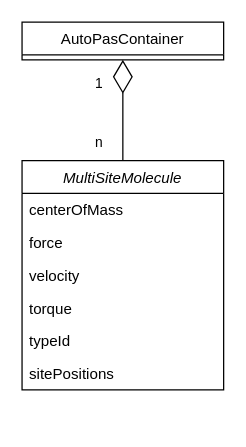
This is moleculeApproach.drawio from penguincarol/rattle, a draw.io file, before an edit. Source tidied: cells renumbered, new cells numbered last; positions are measured from the earlier drawing's top-left corner, leaving out a move shared by most shapes. Both pictures are drawn from the tidied source at 126%, with x=0, y=0 at pixel (21, 21).
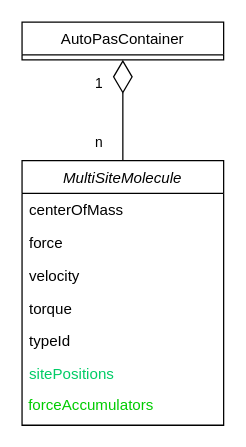
Above is the later version.

The edit, as a diff of the source:
```diff
@@
 <mxGraphModel>
   <root>
     <mxCell id="0" />
     <mxCell id="1" parent="0" />
     <mxCell id="2" value="MultiSiteMolecule" style="swimlane;fontStyle=2;align=center;verticalAlign=top;horizontal=1;startSize=26;rounded=0;shadow=0;strokeWidth=1;" parent="1" vertex="1">
-      <mxGeometry y="110" width="160" height="182" as="geometry" />
+      <mxGeometry y="110" width="160" height="210" as="geometry" />
     </mxCell>
     <mxCell id="3" value="centerOfMass" style="text;align=left;verticalAlign=top;spacingLeft=4;spacingRight=4;overflow=hidden;" parent="2" vertex="1">
       <mxGeometry y="26" width="160" height="26" as="geometry" />
     </mxCell>
     <mxCell id="4" value="force" style="text;align=left;verticalAlign=top;spacingLeft=4;spacingRight=4;overflow=hidden;rounded=0;shadow=0;html=0;" parent="2" vertex="1">
       <mxGeometry y="52" width="160" height="26" as="geometry" />
     </mxCell>
     <mxCell id="5" value="velocity" style="text;align=left;verticalAlign=top;spacingLeft=4;spacingRight=4;overflow=hidden;rounded=0;shadow=0;html=0;" parent="2" vertex="1">
       <mxGeometry y="78" width="160" height="26" as="geometry" />
     </mxCell>
     <mxCell id="6" value="torque" style="text;align=left;verticalAlign=top;spacingLeft=4;spacingRight=4;overflow=hidden;rounded=0;shadow=0;html=0;" parent="2" vertex="1">
       <mxGeometry y="104" width="160" height="26" as="geometry" />
     </mxCell>
     <mxCell id="7" value="typeId" style="text;align=left;verticalAlign=top;spacingLeft=4;spacingRight=4;overflow=hidden;rounded=0;shadow=0;html=0;" parent="2" vertex="1">
       <mxGeometry y="130" width="160" height="26" as="geometry" />
     </mxCell>
-    <mxCell id="8" value="sitePositions" style="text;align=left;verticalAlign=top;spacingLeft=4;spacingRight=4;overflow=hidden;rounded=0;shadow=0;html=0;" parent="2" vertex="1">
-      <mxGeometry y="156" width="160" height="26" as="geometry" />
+    <mxCell id="8" value="sitePositions" style="text;align=left;verticalAlign=top;spacingLeft=4;spacingRight=4;overflow=hidden;rounded=0;shadow=0;html=0;fontColor=#00CC66;" parent="2" vertex="1">
+      <mxGeometry y="156" width="160" height="24" as="geometry" />
     </mxCell>
+    <mxCell id="13" value="&lt;font color=&quot;#00cc00&quot;&gt;&amp;nbsp;forceAccumulators&lt;/font&gt;" style="text;whiteSpace=wrap;html=1;" parent="2" vertex="1">
+      <mxGeometry y="180" width="160" height="20" as="geometry" />
+    </mxCell>
     <mxCell id="9" value="AutoPasContainer" style="swimlane;fontStyle=0;align=center;verticalAlign=top;horizontal=1;startSize=26;rounded=0;shadow=0;strokeWidth=1;" parent="1" vertex="1">
       <mxGeometry width="160" height="30" as="geometry" />
     </mxCell>
     <mxCell id="10" style="endArrow=diamondThin;endFill=0;endSize=24;html=1;rounded=0;entryX=0.5;entryY=1;entryDx=0;entryDy=0;exitX=0.5;exitY=0;exitDx=0;exitDy=0;" parent="1" edge="1" source="2" target="9">
       <mxGeometry relative="1" as="geometry" />
     </mxCell>
     <mxCell id="11" value="1" style="edgeLabel;html=1;align=center;verticalAlign=middle;" parent="10" vertex="1">
       <mxGeometry x="0.54" y="-1" relative="1" as="geometry">
         <mxPoint x="-21" as="offset" />
       </mxGeometry>
     </mxCell>
     <mxCell id="12" value="n" style="edgeLabel;html=1;align=center;verticalAlign=middle;" parent="10" vertex="1">
       <mxGeometry x="-0.63" y="-2" relative="1" as="geometry">
         <mxPoint x="-22" as="offset" />
       </mxGeometry>
     </mxCell>
   </root>
 </mxGraphModel>
```
